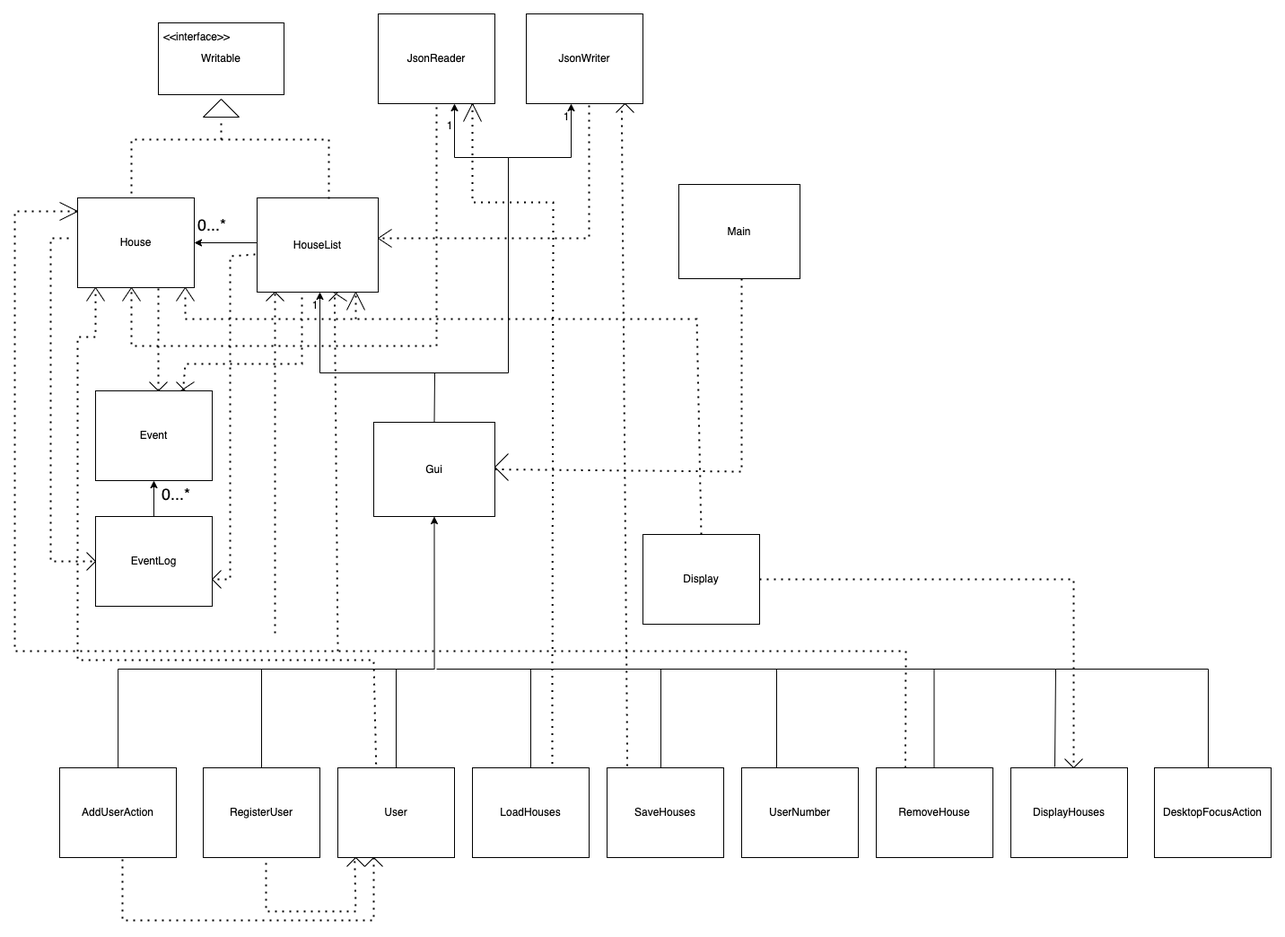
Earlier version of the draw.io export UML_Design_Diagram.png (shrsin3/StudentHouseRentalManagementSystem). Source tidied: cells renumbered, new cells last; positions are measured from the earlier drawing's top-left corner, leaving out a move shared by most shapes.
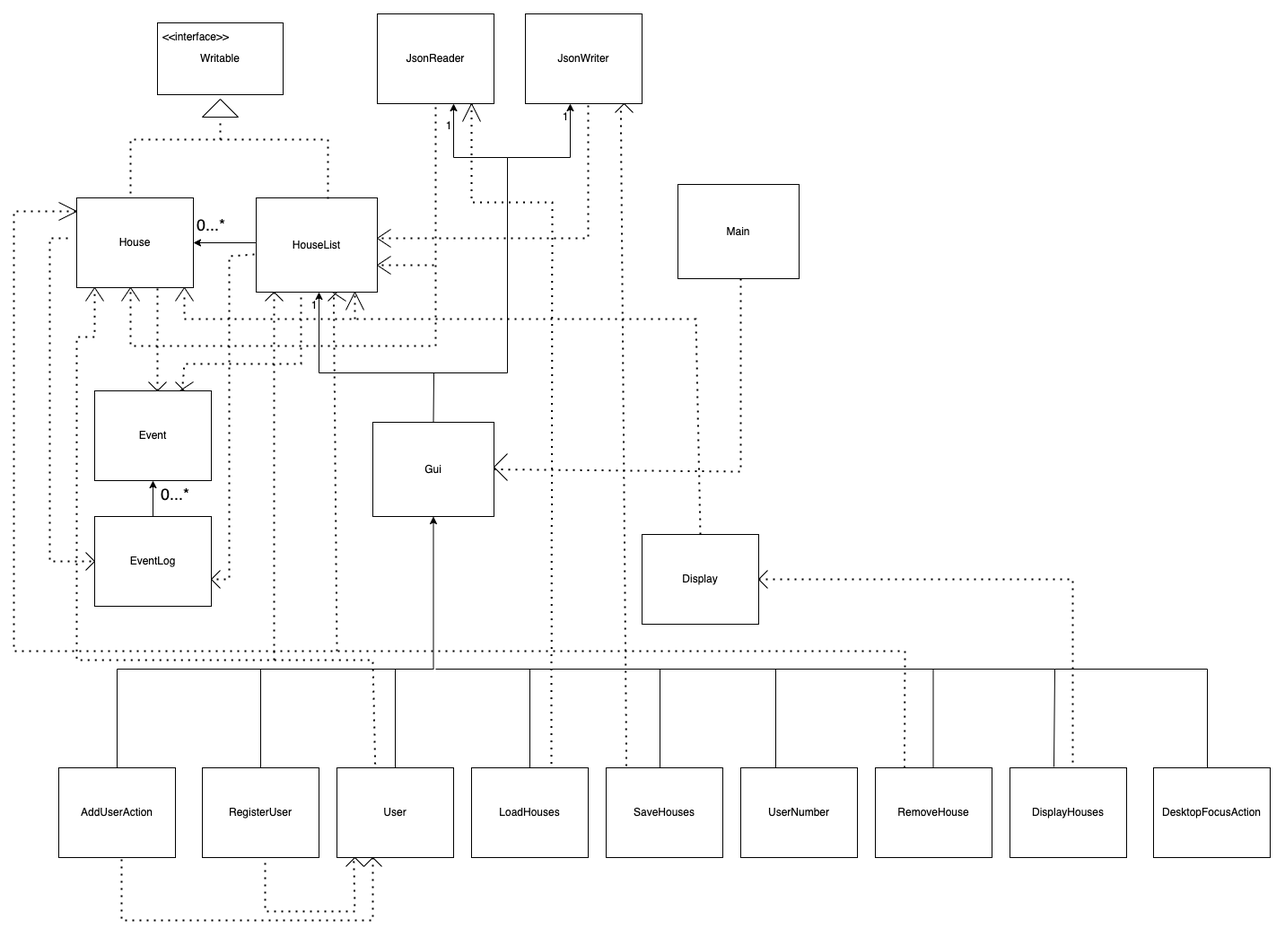
The same file after the commit.

Commit message:
Phase 4: Task 3

The edit, as a diff of the source:
```diff
@@ -316,18 +316,6 @@
         </Array>
       </mxGeometry>
     </mxCell>
-    <mxCell id="58" style="endArrow=none;html=1;rounded=0;fontSize=18;" parent="1" edge="1">
-      <mxGeometry relative="1" as="geometry">
-        <mxPoint x="1180" y="840" as="sourcePoint" />
-        <mxPoint x="1190" y="830" as="targetPoint" />
-      </mxGeometry>
-    </mxCell>
-    <mxCell id="59" style="endArrow=none;html=1;rounded=0;fontSize=18;" parent="1" edge="1">
-      <mxGeometry relative="1" as="geometry">
-        <mxPoint x="1180" y="840" as="sourcePoint" />
-        <mxPoint x="1170" y="830" as="targetPoint" />
-      </mxGeometry>
-    </mxCell>
     <mxCell id="60" style="endArrow=none;dashed=1;html=1;dashPattern=1 3;strokeWidth=2;rounded=0;fontSize=18;" parent="1" edge="1">
       <mxGeometry relative="1" as="geometry">
         <mxPoint x="400" y="940" as="sourcePoint" />
@@ -373,7 +361,7 @@
     </mxCell>
     <mxCell id="66" style="endArrow=none;dashed=1;html=1;dashPattern=1 3;strokeWidth=2;rounded=0;fontSize=18;" parent="1" edge="1">
       <mxGeometry relative="1" as="geometry">
-        <mxPoint x="290" y="690" as="sourcePoint" />
+        <mxPoint x="290" y="720" as="sourcePoint" />
         <mxPoint x="290" y="310" as="targetPoint" />
       </mxGeometry>
     </mxCell>
@@ -556,5 +544,35 @@
         <mxPoint x="550" y="520" as="targetPoint" />
       </mxGeometry>
     </mxCell>
+    <mxCell id="98" style="endArrow=none;html=1;rounded=0;" parent="1" edge="1">
+      <mxGeometry relative="1" as="geometry">
+        <mxPoint x="830" y="630" as="sourcePoint" />
+        <mxPoint x="840" y="620" as="targetPoint" />
+      </mxGeometry>
+    </mxCell>
+    <mxCell id="99" style="endArrow=none;html=1;rounded=0;" parent="1" edge="1">
+      <mxGeometry relative="1" as="geometry">
+        <mxPoint x="830" y="630" as="sourcePoint" />
+        <mxPoint x="840" y="640" as="targetPoint" />
+      </mxGeometry>
+    </mxCell>
+    <mxCell id="100" style="endArrow=none;dashed=1;html=1;dashPattern=1 3;strokeWidth=2;rounded=0;" parent="1" edge="1">
+      <mxGeometry relative="1" as="geometry">
+        <mxPoint x="410" y="280" as="sourcePoint" />
+        <mxPoint x="470" y="280" as="targetPoint" />
+      </mxGeometry>
+    </mxCell>
+    <mxCell id="101" style="endArrow=none;html=1;rounded=0;" parent="1" edge="1">
+      <mxGeometry relative="1" as="geometry">
+        <mxPoint x="405" y="280" as="sourcePoint" />
+        <mxPoint x="420" y="270" as="targetPoint" />
+      </mxGeometry>
+    </mxCell>
+    <mxCell id="102" style="endArrow=none;html=1;rounded=0;" parent="1" edge="1">
+      <mxGeometry relative="1" as="geometry">
+        <mxPoint x="405" y="280" as="sourcePoint" />
+        <mxPoint x="420" y="290" as="targetPoint" />
+      </mxGeometry>
+    </mxCell>
   </root>
 </mxGraphModel>
```
